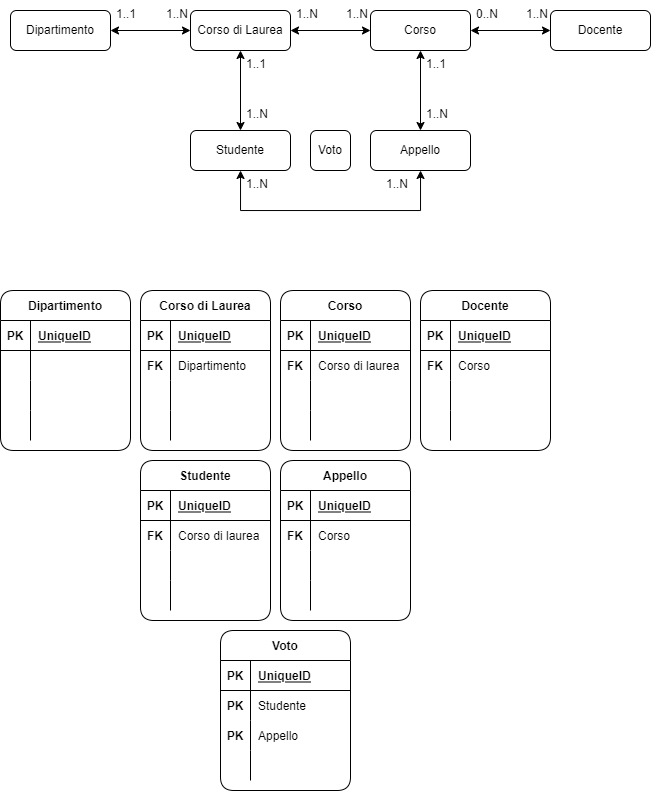
Earlier version of the draw.io export db-university.png (banjug/db-university). Source tidied: cells renumbered, new cells last; positions are measured from the earlier drawing's top-left corner, leaving out a move shared by most shapes.
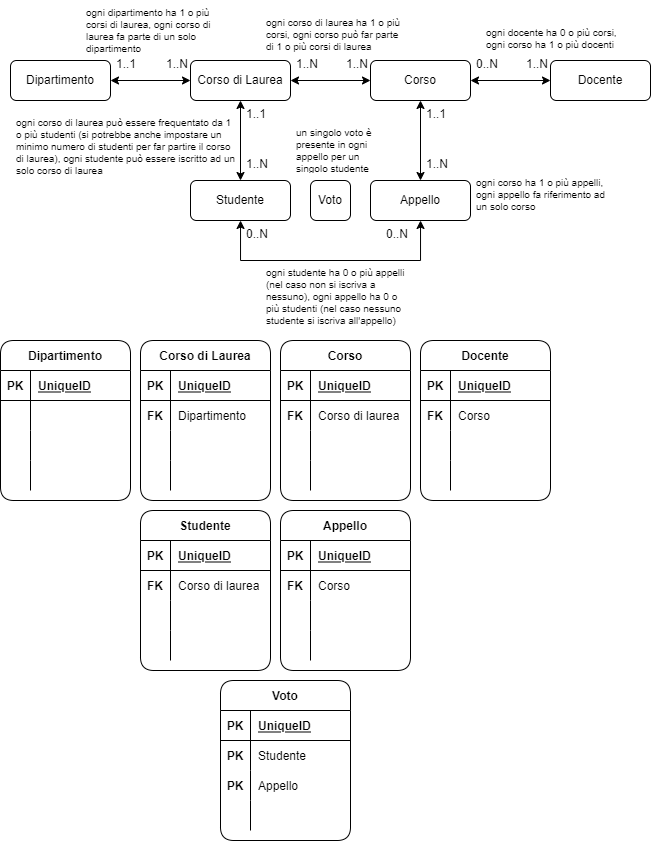
Later version of the same file.

Commit message:
add diagram comments

Diff of the diagram source:
```diff
@@ -115,10 +115,10 @@
     <mxCell id="37" value="1..N" style="text;strokeColor=none;fillColor=none;spacingLeft=4;spacingRight=4;overflow=hidden;fontSize=12;rounded=1;" parent="1" vertex="1">
       <mxGeometry x="420" y="100" width="40" height="30" as="geometry" />
     </mxCell>
-    <mxCell id="38" value="1..N" style="text;strokeColor=none;fillColor=none;spacingLeft=4;spacingRight=4;overflow=hidden;fontSize=12;rounded=1;" parent="1" vertex="1">
+    <mxCell id="38" value="0..N" style="text;strokeColor=none;fillColor=none;spacingLeft=4;spacingRight=4;overflow=hidden;fontSize=12;rounded=1;" parent="1" vertex="1">
       <mxGeometry x="240" y="170" width="40" height="30" as="geometry" />
     </mxCell>
-    <mxCell id="39" value="1..N" style="text;strokeColor=none;fillColor=none;spacingLeft=4;spacingRight=4;overflow=hidden;fontSize=12;rounded=1;" parent="1" vertex="1">
+    <mxCell id="39" value="0..N" style="text;strokeColor=none;fillColor=none;spacingLeft=4;spacingRight=4;overflow=hidden;fontSize=12;rounded=1;" parent="1" vertex="1">
       <mxGeometry x="380" y="170" width="40" height="30" as="geometry" />
     </mxCell>
     <mxCell id="40" value="Corso di Laurea" style="shape=table;startSize=30;rowLines=0;fontStyle=1;align=center;rounded=1;" parent="1" vertex="1">
@@ -376,5 +376,26 @@
     <mxCell id="124" value="PK" style="shape=partialRectangle;fillColor=none;top=0;left=0;bottom=0;right=0;fontStyle=1;overflow=hidden;" parent="1" vertex="1">
       <mxGeometry x="220" y="720" width="30" height="30" as="geometry" />
     </mxCell>
+    <mxCell id="125" value="ogni docente ha 0 o più corsi, ogni corso ha 1 o più docenti" style="text;strokeColor=none;fillColor=none;spacingLeft=4;spacingRight=4;overflow=hidden;fontSize=10;rounded=1;whiteSpace=wrap;" parent="1" vertex="1">
+      <mxGeometry x="480" y="-30" width="150" height="50" as="geometry" />
+    </mxCell>
+    <mxCell id="126" value="ogni corso ha 1 o più appelli, ogni appello fa riferimento ad un solo corso" style="text;strokeColor=none;fillColor=none;spacingLeft=4;spacingRight=4;overflow=hidden;fontSize=10;rounded=1;whiteSpace=wrap;" parent="1" vertex="1">
+      <mxGeometry x="470" y="120" width="150" height="50" as="geometry" />
+    </mxCell>
+    <mxCell id="127" value="ogni studente ha 0 o più appelli (nel caso non si iscriva a nessuno), ogni appello ha 0 o più studenti (nel caso nessuno studente si iscriva all'appello)" style="text;strokeColor=none;fillColor=none;spacingLeft=4;spacingRight=4;overflow=hidden;fontSize=10;rounded=1;whiteSpace=wrap;" parent="1" vertex="1">
+      <mxGeometry x="260" y="210" width="150" height="70" as="geometry" />
+    </mxCell>
+    <mxCell id="128" value="ogni corso di laurea ha 1 o più corsi, ogni corso può far parte di 1 o più corsi di laurea" style="text;strokeColor=none;fillColor=none;spacingLeft=4;spacingRight=4;overflow=hidden;fontSize=10;rounded=1;whiteSpace=wrap;" parent="1" vertex="1">
+      <mxGeometry x="260" y="-40" width="150" height="70" as="geometry" />
+    </mxCell>
+    <mxCell id="129" value="ogni dipartimento ha 1 o più corsi di laurea, ogni corso di laurea fa parte di un solo dipartimento" style="text;strokeColor=none;fillColor=none;spacingLeft=4;spacingRight=4;overflow=hidden;fontSize=10;rounded=1;whiteSpace=wrap;" parent="1" vertex="1">
+      <mxGeometry x="80" y="-50" width="150" height="70" as="geometry" />
+    </mxCell>
+    <mxCell id="130" value="ogni corso di laurea può essere frequentato da 1 o più studenti (si potrebbe anche impostare un minimo numero di studenti per far partire il corso di laurea), ogni studente può essere iscritto ad un solo corso di laurea" style="text;strokeColor=none;fillColor=none;spacingLeft=4;spacingRight=4;overflow=hidden;fontSize=10;rounded=1;whiteSpace=wrap;" parent="1" vertex="1">
+      <mxGeometry x="10" y="60" width="230" height="70" as="geometry" />
+    </mxCell>
+    <mxCell id="131" value="un singolo voto è presente in ogni appello per un singolo studente" style="text;strokeColor=none;fillColor=none;spacingLeft=4;spacingRight=4;overflow=hidden;fontSize=10;rounded=1;whiteSpace=wrap;" parent="1" vertex="1">
+      <mxGeometry x="290" y="70" width="100" height="50" as="geometry" />
+    </mxCell>
   </root>
 </mxGraphModel>
```
